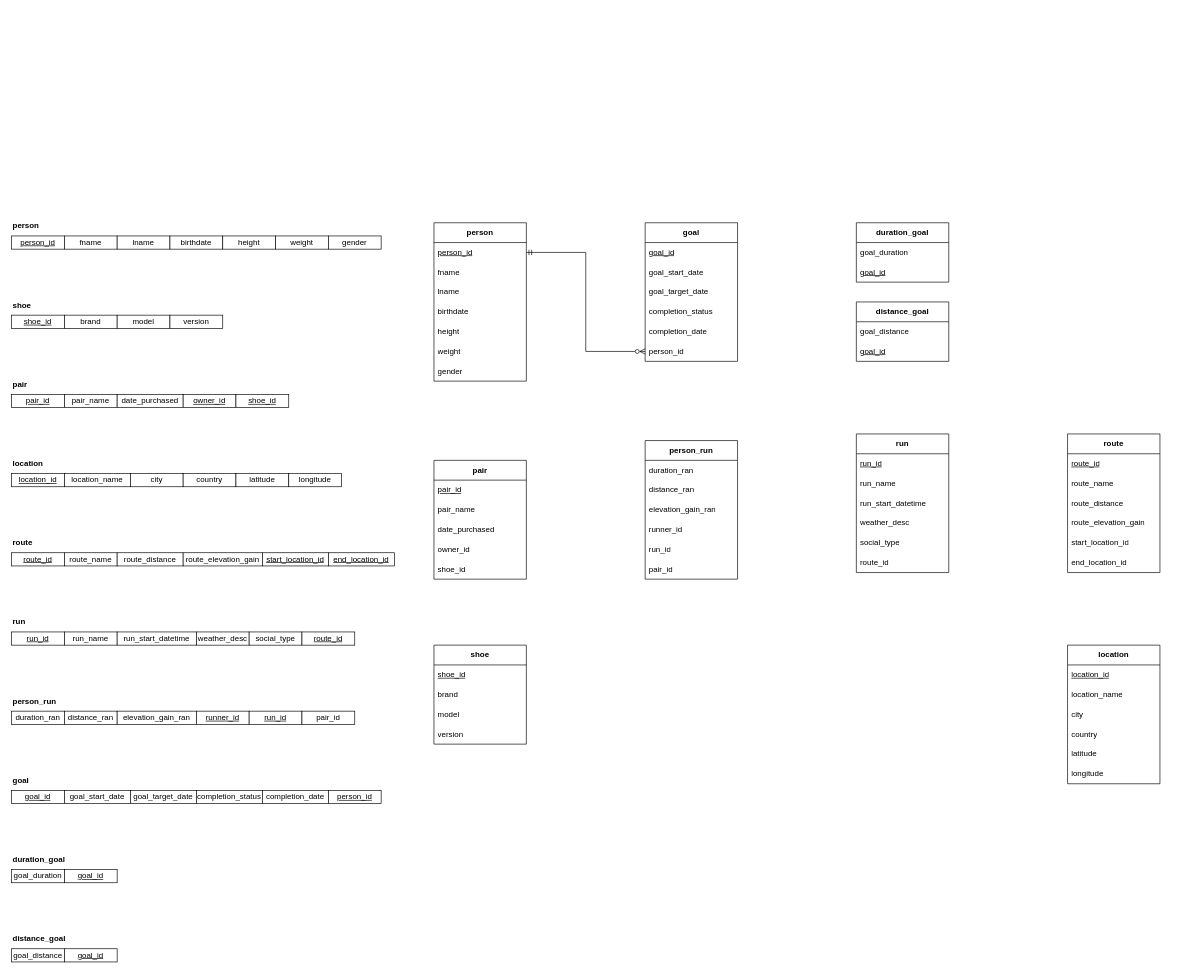
Above: conceptual-schema/relational-data-model.drawio in wongd1532/MyRunLogger (draw.io), before the change. Source tidied: cells renumbered, new cells numbered last; positions are measured from the earlier drawing's top-left corner, leaving out a move shared by most shapes. Both pictures are drawn from the tidied source at 66%, with x=0, y=0 at pixel (11, 216).
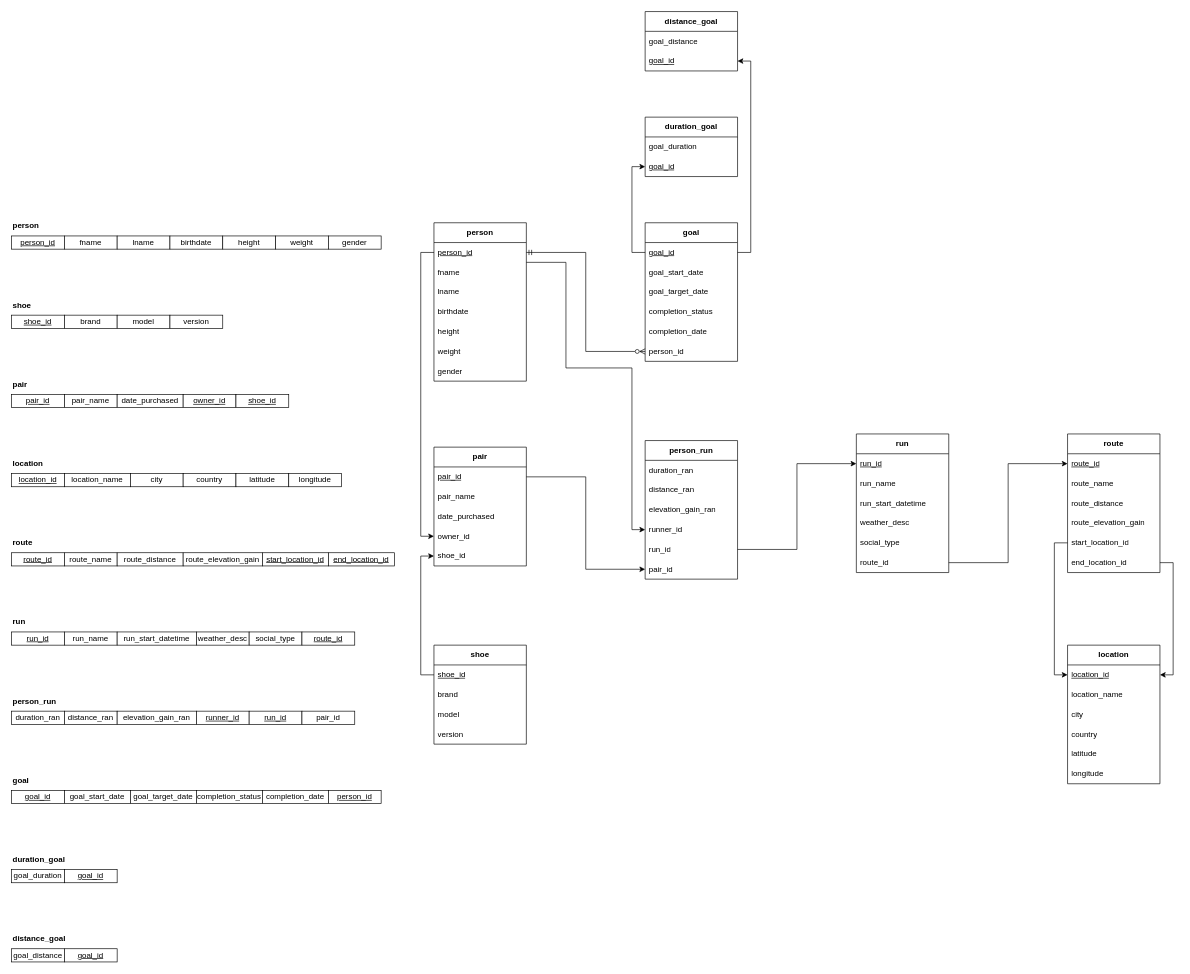
The same diagram, later.

Commit message:
data relational model progress

Unchanged cells that the change refers to:
```xml
<mxCell id="63" value="person_id" style="text;strokeColor=none;fillColor=none;align=left;verticalAlign=middle;spacingLeft=4;spacingRight=4;overflow=hidden;points=[[0,0.5],[1,0.5]];portConstraint=eastwest;whiteSpace=wrap;html=1;fontStyle=4;" parent="62" vertex="1">
  <mxGeometry y="30" width="140" height="30" as="geometry" />
</mxCell>
<mxCell id="71" value="shoe_id" style="text;strokeColor=none;fillColor=none;align=left;verticalAlign=middle;spacingLeft=4;spacingRight=4;overflow=hidden;points=[[0,0.5],[1,0.5]];portConstraint=eastwest;whiteSpace=wrap;html=1;fontStyle=4;" parent="70" vertex="1">
  <mxGeometry y="30" width="140" height="30" as="geometry" />
</mxCell>
<mxCell id="76" value="pair_id" style="text;strokeColor=none;fillColor=none;align=left;verticalAlign=middle;spacingLeft=4;spacingRight=4;overflow=hidden;points=[[0,0.5],[1,0.5]];portConstraint=eastwest;whiteSpace=wrap;html=1;fontStyle=4;" parent="75" vertex="1">
  <mxGeometry y="30" width="140" height="30" as="geometry" />
</mxCell>
<mxCell id="79" value="owner_id" style="text;strokeColor=none;fillColor=none;align=left;verticalAlign=middle;spacingLeft=4;spacingRight=4;overflow=hidden;points=[[0,0.5],[1,0.5]];portConstraint=eastwest;whiteSpace=wrap;html=1;" parent="75" vertex="1">
  <mxGeometry y="120" width="140" height="30" as="geometry" />
</mxCell>
<mxCell id="80" value="shoe_id" style="text;strokeColor=none;fillColor=none;align=left;verticalAlign=middle;spacingLeft=4;spacingRight=4;overflow=hidden;points=[[0,0.5],[1,0.5]];portConstraint=eastwest;whiteSpace=wrap;html=1;" parent="75" vertex="1">
  <mxGeometry y="150" width="140" height="30" as="geometry" />
</mxCell>
<mxCell id="82" value="location_id" style="text;strokeColor=none;fillColor=none;align=left;verticalAlign=middle;spacingLeft=4;spacingRight=4;overflow=hidden;points=[[0,0.5],[1,0.5]];portConstraint=eastwest;whiteSpace=wrap;html=1;fontStyle=4;" parent="81" vertex="1">
  <mxGeometry y="30" width="140" height="30" as="geometry" />
</mxCell>
<mxCell id="89" value="route_id" style="text;strokeColor=none;fillColor=none;align=left;verticalAlign=middle;spacingLeft=4;spacingRight=4;overflow=hidden;points=[[0,0.5],[1,0.5]];portConstraint=eastwest;whiteSpace=wrap;html=1;fontStyle=4;" parent="88" vertex="1">
  <mxGeometry y="30" width="140" height="30" as="geometry" />
</mxCell>
<mxCell id="93" value="start_location_id" style="text;strokeColor=none;fillColor=none;align=left;verticalAlign=middle;spacingLeft=4;spacingRight=4;overflow=hidden;points=[[0,0.5],[1,0.5]];portConstraint=eastwest;whiteSpace=wrap;html=1;" parent="88" vertex="1">
  <mxGeometry y="150" width="140" height="30" as="geometry" />
</mxCell>
<mxCell id="94" value="end_location_id" style="text;strokeColor=none;fillColor=none;align=left;verticalAlign=middle;spacingLeft=4;spacingRight=4;overflow=hidden;points=[[0,0.5],[1,0.5]];portConstraint=eastwest;whiteSpace=wrap;html=1;" parent="88" vertex="1">
  <mxGeometry y="180" width="140" height="30" as="geometry" />
</mxCell>
<mxCell id="96" value="run_id" style="text;strokeColor=none;fillColor=none;align=left;verticalAlign=middle;spacingLeft=4;spacingRight=4;overflow=hidden;points=[[0,0.5],[1,0.5]];portConstraint=eastwest;whiteSpace=wrap;html=1;fontStyle=4;" parent="95" vertex="1">
  <mxGeometry y="30" width="140" height="30" as="geometry" />
</mxCell>
<mxCell id="101" value="route_id" style="text;strokeColor=none;fillColor=none;align=left;verticalAlign=middle;spacingLeft=4;spacingRight=4;overflow=hidden;points=[[0,0.5],[1,0.5]];portConstraint=eastwest;whiteSpace=wrap;html=1;" parent="95" vertex="1">
  <mxGeometry y="180" width="140" height="30" as="geometry" />
</mxCell>
<mxCell id="106" value="runner_id" style="text;strokeColor=none;fillColor=none;align=left;verticalAlign=middle;spacingLeft=4;spacingRight=4;overflow=hidden;points=[[0,0.5],[1,0.5]];portConstraint=eastwest;whiteSpace=wrap;html=1;" parent="102" vertex="1">
  <mxGeometry y="120" width="140" height="30" as="geometry" />
</mxCell>
<mxCell id="107" value="run_id" style="text;strokeColor=none;fillColor=none;align=left;verticalAlign=middle;spacingLeft=4;spacingRight=4;overflow=hidden;points=[[0,0.5],[1,0.5]];portConstraint=eastwest;whiteSpace=wrap;html=1;" parent="102" vertex="1">
  <mxGeometry y="150" width="140" height="30" as="geometry" />
</mxCell>
<mxCell id="108" value="pair_id" style="text;strokeColor=none;fillColor=none;align=left;verticalAlign=middle;spacingLeft=4;spacingRight=4;overflow=hidden;points=[[0,0.5],[1,0.5]];portConstraint=eastwest;whiteSpace=wrap;html=1;" parent="102" vertex="1">
  <mxGeometry y="180" width="140" height="30" as="geometry" />
</mxCell>
<mxCell id="110" value="goal_id" style="text;strokeColor=none;fillColor=none;align=left;verticalAlign=middle;spacingLeft=4;spacingRight=4;overflow=hidden;points=[[0,0.5],[1,0.5]];portConstraint=eastwest;whiteSpace=wrap;html=1;fontStyle=4;" parent="109" vertex="1">
  <mxGeometry y="30" width="140" height="30" as="geometry" />
</mxCell>
<mxCell id="118" value="goal_id" style="text;strokeColor=none;fillColor=none;align=left;verticalAlign=middle;spacingLeft=4;spacingRight=4;overflow=hidden;points=[[0,0.5],[1,0.5]];portConstraint=eastwest;whiteSpace=wrap;html=1;fontStyle=4;" parent="116" vertex="1">
  <mxGeometry y="60" width="140" height="30" as="geometry" />
</mxCell>
<mxCell id="121" value="goal_id" style="text;strokeColor=none;fillColor=none;align=left;verticalAlign=middle;spacingLeft=4;spacingRight=4;overflow=hidden;points=[[0,0.5],[1,0.5]];portConstraint=eastwest;whiteSpace=wrap;html=1;fontStyle=4;" parent="119" vertex="1">
  <mxGeometry y="60" width="140" height="30" as="geometry" />
</mxCell>
```

The edit, as a diff of the source:
```diff
@@
     <mxCell id="75" value="&lt;b&gt;pair&lt;/b&gt;" style="swimlane;fontStyle=0;horizontal=1;startSize=30;whiteSpace=wrap;html=1;" parent="1" vertex="1">
-      <mxGeometry x="640" y="370" width="140" height="180" as="geometry" />
+      <mxGeometry x="640" y="350" width="140" height="180" as="geometry" />
     </mxCell>
@@
     <mxCell id="116" value="&lt;b&gt;duration_goal&lt;/b&gt;" style="swimlane;fontStyle=0;horizontal=1;startSize=30;whiteSpace=wrap;html=1;" parent="1" vertex="1">
-      <mxGeometry x="1280" y="10" width="140" height="90" as="geometry" />
+      <mxGeometry x="960" y="-150" width="140" height="90" as="geometry" />
     </mxCell>
@@
     <mxCell id="119" value="&lt;b&gt;distance_goal&lt;/b&gt;" style="swimlane;fontStyle=0;horizontal=1;startSize=30;whiteSpace=wrap;html=1;" parent="1" vertex="1">
-      <mxGeometry x="1280" y="130" width="140" height="90" as="geometry" />
+      <mxGeometry x="960" y="-310" width="140" height="90" as="geometry" />
     </mxCell>
@@
+    <mxCell id="123" style="edgeStyle=orthogonalEdgeStyle;rounded=0;jettySize=auto;html=1;" parent="1" edge="1" source="76" target="108">
+      <mxGeometry relative="1" as="geometry" />
+    </mxCell>
+    <mxCell id="124" style="edgeStyle=orthogonalEdgeStyle;rounded=0;jettySize=auto;html=1;" parent="1" edge="1" source="107" target="96">
+      <mxGeometry relative="1" as="geometry" />
+    </mxCell>
+    <mxCell id="125" style="edgeStyle=orthogonalEdgeStyle;rounded=0;jettySize=auto;html=1;" parent="1" edge="1" source="101" target="89">
+      <mxGeometry relative="1" as="geometry" />
+    </mxCell>
+    <mxCell id="126" style="edgeStyle=orthogonalEdgeStyle;rounded=0;jettySize=auto;html=1;entryX=0;entryY=0.5;entryDx=0;entryDy=0;" parent="1" edge="1" source="93" target="82">
+      <mxGeometry relative="1" as="geometry" />
+    </mxCell>
+    <mxCell id="127" style="edgeStyle=orthogonalEdgeStyle;rounded=0;jettySize=auto;html=1;entryX=1;entryY=0.5;entryDx=0;entryDy=0;" parent="1" edge="1" source="94" target="82">
+      <mxGeometry relative="1" as="geometry">
+        <Array as="points">
+          <mxPoint x="1760" y="525" />
+          <mxPoint x="1760" y="695" />
+        </Array>
+      </mxGeometry>
+    </mxCell>
+    <mxCell id="128" style="edgeStyle=orthogonalEdgeStyle;rounded=0;jettySize=auto;html=1;entryX=0;entryY=0.5;entryDx=0;entryDy=0;" parent="1" edge="1" source="110" target="118">
+      <mxGeometry relative="1" as="geometry" />
+    </mxCell>
+    <mxCell id="129" style="edgeStyle=orthogonalEdgeStyle;rounded=0;jettySize=auto;html=1;" parent="1" edge="1" source="110" target="121">
+      <mxGeometry relative="1" as="geometry">
+        <Array as="points">
+          <mxPoint x="1120" y="55" />
+          <mxPoint x="1120" y="-235" />
+        </Array>
+      </mxGeometry>
+    </mxCell>
+    <mxCell id="130" style="edgeStyle=orthogonalEdgeStyle;rounded=0;jettySize=auto;html=1;entryX=0;entryY=0.5;entryDx=0;entryDy=0;" parent="1" edge="1" source="71" target="80">
+      <mxGeometry relative="1" as="geometry" />
+    </mxCell>
+    <mxCell id="131" style="edgeStyle=orthogonalEdgeStyle;rounded=0;jettySize=auto;html=1;entryX=0;entryY=0.5;entryDx=0;entryDy=0;" parent="1" edge="1" source="63" target="79">
+      <mxGeometry relative="1" as="geometry" />
+    </mxCell>
+    <mxCell id="132" style="edgeStyle=orthogonalEdgeStyle;rounded=0;jettySize=auto;html=1;entryX=0;entryY=0.5;entryDx=0;entryDy=0;" parent="1" edge="1" source="63" target="106">
+      <mxGeometry relative="1" as="geometry">
+        <Array as="points">
+          <mxPoint x="840" y="70" />
+          <mxPoint x="840" y="230" />
+          <mxPoint x="940" y="230" />
+          <mxPoint x="940" y="475" />
+        </Array>
+      </mxGeometry>
+    </mxCell>
```
